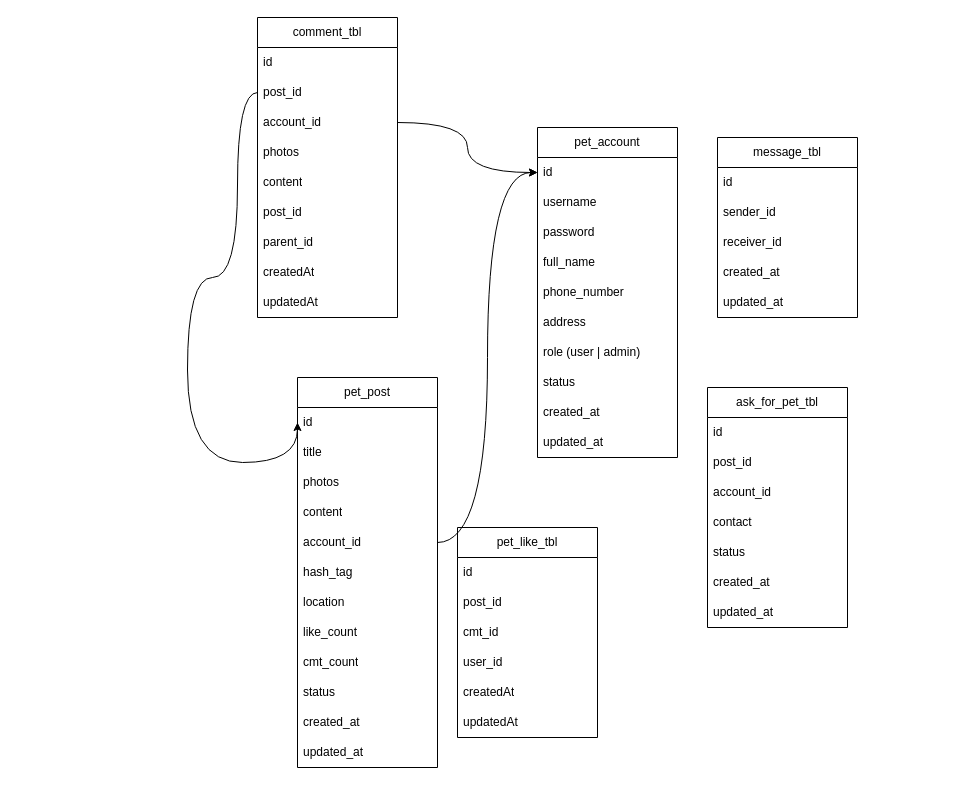
The draw.io diagram page "Page-2" (2 of 2) of Untitled Diagram.drawio in JonathanBestCode/newapp, before the edit. Source tidied: cells renumbered, new cells numbered last; positions are measured from the earlier drawing's top-left corner, leaving out a move shared by most shapes. Both pictures are drawn from the tidied source at 100%, with x=0, y=0 at pixel (187, 17).
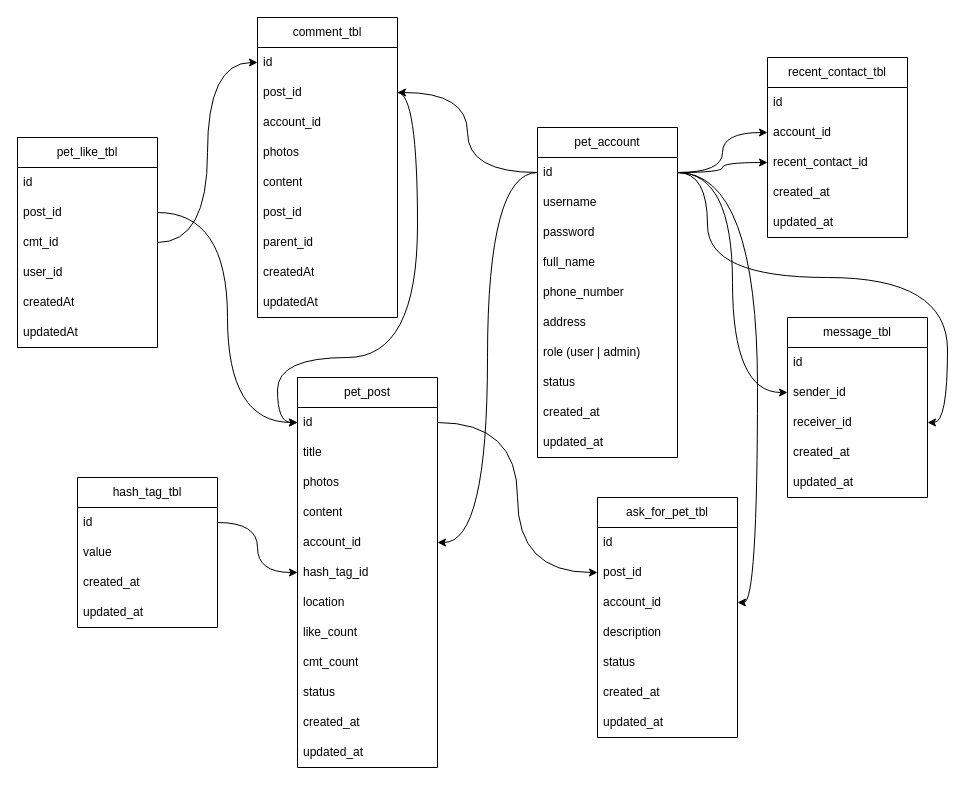
Above is the later version.

Unchanged cells that the change refers to:
```xml
<mxCell id="3" value="id" style="text;strokeColor=none;fillColor=none;align=left;verticalAlign=middle;spacingLeft=4;spacingRight=4;overflow=hidden;points=[[0,0.5],[1,0.5]];portConstraint=eastwest;whiteSpace=wrap;html=1;" parent="2" vertex="1">
  <mxGeometry y="30" width="140" height="30" as="geometry" />
</mxCell>
<mxCell id="13" value="pet_post" style="swimlane;fontStyle=0;horizontal=1;startSize=30;whiteSpace=wrap;html=1;" parent="1" vertex="1">
  <mxGeometry x="110" y="360" width="140" height="390" as="geometry" />
</mxCell>
<mxCell id="14" value="id" style="text;strokeColor=none;fillColor=none;align=left;verticalAlign=middle;spacingLeft=4;spacingRight=4;overflow=hidden;points=[[0,0.5],[1,0.5]];portConstraint=eastwest;whiteSpace=wrap;html=1;" parent="13" vertex="1">
  <mxGeometry y="30" width="140" height="30" as="geometry" />
</mxCell>
<mxCell id="18" value="account_id" style="text;strokeColor=none;fillColor=none;align=left;verticalAlign=middle;spacingLeft=4;spacingRight=4;overflow=hidden;points=[[0,0.5],[1,0.5]];portConstraint=eastwest;whiteSpace=wrap;html=1;" parent="13" vertex="1">
  <mxGeometry y="150" width="140" height="30" as="geometry" />
</mxCell>
<mxCell id="27" value="id" style="text;strokeColor=none;fillColor=none;align=left;verticalAlign=middle;spacingLeft=4;spacingRight=4;overflow=hidden;points=[[0,0.5],[1,0.5]];portConstraint=eastwest;whiteSpace=wrap;html=1;" parent="26" vertex="1">
  <mxGeometry y="30" width="140" height="30" as="geometry" />
</mxCell>
<mxCell id="28" value="post_id" style="text;strokeColor=none;fillColor=none;align=left;verticalAlign=middle;spacingLeft=4;spacingRight=4;overflow=hidden;points=[[0,0.5],[1,0.5]];portConstraint=eastwest;whiteSpace=wrap;html=1;" parent="26" vertex="1">
  <mxGeometry y="60" width="140" height="30" as="geometry" />
</mxCell>
<mxCell id="29" value="account_id" style="text;strokeColor=none;fillColor=none;align=left;verticalAlign=middle;spacingLeft=4;spacingRight=4;overflow=hidden;points=[[0,0.5],[1,0.5]];portConstraint=eastwest;whiteSpace=wrap;html=1;" parent="26" vertex="1">
  <mxGeometry y="90" width="140" height="30" as="geometry" />
</mxCell>
<mxCell id="38" value="post_id" style="text;strokeColor=none;fillColor=none;align=left;verticalAlign=middle;spacingLeft=4;spacingRight=4;overflow=hidden;points=[[0,0.5],[1,0.5]];portConstraint=eastwest;whiteSpace=wrap;html=1;" parent="36" vertex="1">
  <mxGeometry y="60" width="140" height="30" as="geometry" />
</mxCell>
<mxCell id="39" value="cmt_id" style="text;strokeColor=none;fillColor=none;align=left;verticalAlign=middle;spacingLeft=4;spacingRight=4;overflow=hidden;points=[[0,0.5],[1,0.5]];portConstraint=eastwest;whiteSpace=wrap;html=1;" parent="36" vertex="1">
  <mxGeometry y="90" width="140" height="30" as="geometry" />
</mxCell>
<mxCell id="45" value="post_id" style="text;strokeColor=none;fillColor=none;align=left;verticalAlign=middle;spacingLeft=4;spacingRight=4;overflow=hidden;points=[[0,0.5],[1,0.5]];portConstraint=eastwest;whiteSpace=wrap;html=1;" parent="43" vertex="1">
  <mxGeometry y="60" width="140" height="30" as="geometry" />
</mxCell>
<mxCell id="46" value="account_id" style="text;strokeColor=none;fillColor=none;align=left;verticalAlign=middle;spacingLeft=4;spacingRight=4;overflow=hidden;points=[[0,0.5],[1,0.5]];portConstraint=eastwest;whiteSpace=wrap;html=1;" parent="43" vertex="1">
  <mxGeometry y="90" width="140" height="30" as="geometry" />
</mxCell>
<mxCell id="53" value="sender_id" style="text;strokeColor=none;fillColor=none;align=left;verticalAlign=middle;spacingLeft=4;spacingRight=4;overflow=hidden;points=[[0,0.5],[1,0.5]];portConstraint=eastwest;whiteSpace=wrap;html=1;" parent="51" vertex="1">
  <mxGeometry y="60" width="140" height="30" as="geometry" />
</mxCell>
<mxCell id="54" value="receiver_id" style="text;strokeColor=none;fillColor=none;align=left;verticalAlign=middle;spacingLeft=4;spacingRight=4;overflow=hidden;points=[[0,0.5],[1,0.5]];portConstraint=eastwest;whiteSpace=wrap;html=1;" parent="51" vertex="1">
  <mxGeometry y="90" width="140" height="30" as="geometry" />
</mxCell>
```

What changed in the source:
```diff
@@
-    <mxCell id="19" value="hash_tag" style="text;strokeColor=none;fillColor=none;align=left;verticalAlign=middle;spacingLeft=4;spacingRight=4;overflow=hidden;points=[[0,0.5],[1,0.5]];portConstraint=eastwest;whiteSpace=wrap;html=1;" parent="13" vertex="1">
+    <mxCell id="19" value="hash_tag_id " style="text;strokeColor=none;fillColor=none;align=left;verticalAlign=middle;spacingLeft=4;spacingRight=4;overflow=hidden;points=[[0,0.5],[1,0.5]];portConstraint=eastwest;whiteSpace=wrap;html=1;" parent="13" vertex="1">
       <mxGeometry y="180" width="140" height="30" as="geometry" />
     </mxCell>
@@
     <mxCell id="36" value="pet_like_tbl" style="swimlane;fontStyle=0;horizontal=1;startSize=30;whiteSpace=wrap;html=1;" parent="1" vertex="1">
-      <mxGeometry x="270" y="510" width="140" height="210" as="geometry" />
+      <mxGeometry x="-170" y="120" width="140" height="210" as="geometry" />
     </mxCell>
@@
     <mxCell id="43" value="&lt;div&gt;ask_for_pet_tbl&lt;/div&gt;" style="swimlane;fontStyle=0;horizontal=1;startSize=30;whiteSpace=wrap;html=1;" parent="1" vertex="1">
-      <mxGeometry x="520" y="370" width="140" height="240" as="geometry" />
+      <mxGeometry x="410" y="480" width="140" height="240" as="geometry" />
     </mxCell>
@@
-    <mxCell id="47" value="contact" style="text;strokeColor=none;fillColor=none;align=left;verticalAlign=middle;spacingLeft=4;spacingRight=4;overflow=hidden;whiteSpace=wrap;html=1;" parent="43" vertex="1">
+    <mxCell id="47" value="description" style="text;strokeColor=none;fillColor=none;align=left;verticalAlign=middle;spacingLeft=4;spacingRight=4;overflow=hidden;whiteSpace=wrap;html=1;" parent="43" vertex="1">
       <mxGeometry y="120" width="140" height="30" as="geometry" />
     </mxCell>
@@
     <mxCell id="51" value="&lt;div&gt;message_tbl&lt;/div&gt;" style="swimlane;fontStyle=0;horizontal=1;startSize=30;whiteSpace=wrap;html=1;" parent="1" vertex="1">
-      <mxGeometry x="530" y="120" width="140" height="180" as="geometry" />
+      <mxGeometry x="600" y="300" width="140" height="180" as="geometry" />
     </mxCell>
@@
-    <mxCell id="57" style="edgeStyle=orthogonalEdgeStyle;rounded=0;jettySize=auto;html=1;curved=1;" parent="1" edge="1" source="18" target="3">
-      <mxGeometry relative="1" as="geometry" />
-    </mxCell>
+    <mxCell id="60" value="&lt;div&gt;hash_tag_tbl&lt;/div&gt;" style="swimlane;fontStyle=0;horizontal=1;startSize=30;whiteSpace=wrap;html=1;" parent="1" vertex="1">
+      <mxGeometry x="-110" y="460" width="140" height="150" as="geometry" />
+    </mxCell>
+    <mxCell id="61" value="id" style="text;strokeColor=none;fillColor=none;align=left;verticalAlign=middle;spacingLeft=4;spacingRight=4;overflow=hidden;points=[[0,0.5],[1,0.5]];portConstraint=eastwest;whiteSpace=wrap;html=1;" parent="60" vertex="1">
+      <mxGeometry y="30" width="140" height="30" as="geometry" />
+    </mxCell>
+    <mxCell id="62" value="value" style="text;strokeColor=none;fillColor=none;align=left;verticalAlign=middle;spacingLeft=4;spacingRight=4;overflow=hidden;whiteSpace=wrap;html=1;" parent="60" vertex="1">
+      <mxGeometry y="60" width="140" height="30" as="geometry" />
+    </mxCell>
+    <mxCell id="63" value="&lt;div&gt;created_at&lt;/div&gt;" style="text;strokeColor=none;fillColor=none;align=left;verticalAlign=middle;spacingLeft=4;spacingRight=4;overflow=hidden;whiteSpace=wrap;html=1;" parent="60" vertex="1">
+      <mxGeometry y="90" width="140" height="30" as="geometry" />
+    </mxCell>
+    <mxCell id="64" value="updated_at" style="text;strokeColor=none;fillColor=none;align=left;verticalAlign=middle;spacingLeft=4;spacingRight=4;overflow=hidden;whiteSpace=wrap;html=1;" parent="60" vertex="1">
+      <mxGeometry y="120" width="140" height="30" as="geometry" />
+    </mxCell>
+    <mxCell id="65" style="edgeStyle=orthogonalEdgeStyle;rounded=0;jettySize=auto;html=1;curved=1;" parent="1" edge="1" source="61" target="19">
+      <mxGeometry relative="1" as="geometry" />
+    </mxCell>
+    <mxCell id="66" style="edgeStyle=orthogonalEdgeStyle;rounded=0;jettySize=auto;html=1;curved=1;" parent="1" edge="1" source="38" target="14">
+      <mxGeometry relative="1" as="geometry" />
+    </mxCell>
+    <mxCell id="67" style="edgeStyle=orthogonalEdgeStyle;rounded=0;jettySize=auto;html=1;curved=1;" parent="1" edge="1" source="39" target="27">
+      <mxGeometry relative="1" as="geometry" />
+    </mxCell>
-    <mxCell id="58" style="edgeStyle=orthogonalEdgeStyle;rounded=0;jettySize=auto;html=1;curved=1;entryX=0;entryY=0.5;entryDx=0;entryDy=0;" parent="1" edge="1" source="28" target="14">
+    <mxCell id="58" style="edgeStyle=orthogonalEdgeStyle;rounded=0;jettySize=auto;html=1;curved=1;" parent="1" edge="1" source="28" target="14">
       <mxGeometry relative="1" as="geometry">
         <Array as="points">
-          <mxPoint x="50" y="75" />
-          <mxPoint x="50" y="260" />
-          <mxPoint y="260" />
-          <mxPoint y="445" />
+          <mxPoint x="230" y="75" />
+          <mxPoint x="230" y="340" />
+          <mxPoint x="90" y="340" />
+          <mxPoint x="90" y="405" />
         </Array>
       </mxGeometry>
     </mxCell>
-    <mxCell id="59" style="edgeStyle=orthogonalEdgeStyle;rounded=0;jettySize=auto;html=1;curved=1;" parent="1" edge="1" source="29" target="3">
-      <mxGeometry relative="1" as="geometry" />
-    </mxCell>
+    <mxCell id="68" style="edgeStyle=orthogonalEdgeStyle;rounded=0;jettySize=auto;html=1;entryX=1;entryY=0.5;entryDx=0;entryDy=0;curved=1;" parent="1" edge="1" source="3" target="46">
+      <mxGeometry relative="1" as="geometry" />
+    </mxCell>
+    <mxCell id="69" style="edgeStyle=orthogonalEdgeStyle;rounded=0;jettySize=auto;html=1;curved=1;" parent="1" edge="1" source="14" target="45">
+      <mxGeometry relative="1" as="geometry" />
+    </mxCell>
+    <mxCell id="70" style="edgeStyle=orthogonalEdgeStyle;rounded=0;jettySize=auto;html=1;entryX=1;entryY=0.5;entryDx=0;entryDy=0;curved=1;exitX=1;exitY=0.5;exitDx=0;exitDy=0;" parent="1" edge="1" source="3" target="54">
+      <mxGeometry relative="1" as="geometry">
+        <Array as="points">
+          <mxPoint x="520" y="155" />
+          <mxPoint x="520" y="260" />
+          <mxPoint x="760" y="260" />
+          <mxPoint x="760" y="405" />
+        </Array>
+      </mxGeometry>
+    </mxCell>
+    <mxCell id="71" style="edgeStyle=orthogonalEdgeStyle;rounded=0;jettySize=auto;html=1;curved=1;" parent="1" edge="1" source="3" target="28">
+      <mxGeometry relative="1" as="geometry" />
+    </mxCell>
+    <mxCell id="72" style="edgeStyle=orthogonalEdgeStyle;rounded=0;jettySize=auto;html=1;curved=1;" parent="1" edge="1" source="3" target="18">
+      <mxGeometry relative="1" as="geometry" />
+    </mxCell>
+    <mxCell id="73" value="recent_contact_tbl" style="swimlane;fontStyle=0;horizontal=1;startSize=30;whiteSpace=wrap;html=1;" parent="1" vertex="1">
+      <mxGeometry x="580" y="40" width="140" height="180" as="geometry" />
+    </mxCell>
+    <mxCell id="74" value="id" style="text;strokeColor=none;fillColor=none;align=left;verticalAlign=middle;spacingLeft=4;spacingRight=4;overflow=hidden;whiteSpace=wrap;html=1;" parent="73" vertex="1">
+      <mxGeometry y="30" width="140" height="30" as="geometry" />
+    </mxCell>
+    <mxCell id="75" value="account_id" style="text;strokeColor=none;fillColor=none;align=left;verticalAlign=middle;spacingLeft=4;spacingRight=4;overflow=hidden;points=[[0,0.5],[1,0.5]];portConstraint=eastwest;whiteSpace=wrap;html=1;" parent="73" vertex="1">
+      <mxGeometry y="60" width="140" height="30" as="geometry" />
+    </mxCell>
+    <mxCell id="76" value="recent_contact_id" style="text;strokeColor=none;fillColor=none;align=left;verticalAlign=middle;spacingLeft=4;spacingRight=4;overflow=hidden;points=[[0,0.5],[1,0.5]];portConstraint=eastwest;whiteSpace=wrap;html=1;" parent="73" vertex="1">
+      <mxGeometry y="90" width="140" height="30" as="geometry" />
+    </mxCell>
+    <mxCell id="77" value="&lt;div&gt;created_at&lt;/div&gt;" style="text;strokeColor=none;fillColor=none;align=left;verticalAlign=middle;spacingLeft=4;spacingRight=4;overflow=hidden;whiteSpace=wrap;html=1;" parent="73" vertex="1">
+      <mxGeometry y="120" width="140" height="30" as="geometry" />
+    </mxCell>
+    <mxCell id="78" value="updated_at" style="text;strokeColor=none;fillColor=none;align=left;verticalAlign=middle;spacingLeft=4;spacingRight=4;overflow=hidden;whiteSpace=wrap;html=1;" parent="73" vertex="1">
+      <mxGeometry y="150" width="140" height="30" as="geometry" />
+    </mxCell>
+    <mxCell id="79" style="edgeStyle=orthogonalEdgeStyle;rounded=0;jettySize=auto;html=1;curved=1;" parent="1" edge="1" source="3" target="75">
+      <mxGeometry relative="1" as="geometry" />
+    </mxCell>
+    <mxCell id="80" style="edgeStyle=orthogonalEdgeStyle;rounded=0;jettySize=auto;html=1;curved=1;" parent="1" edge="1" source="3" target="76">
+      <mxGeometry relative="1" as="geometry" />
+    </mxCell>
+    <mxCell id="81" style="edgeStyle=orthogonalEdgeStyle;rounded=0;jettySize=auto;html=1;curved=1;" parent="1" edge="1" source="3" target="53">
+      <mxGeometry relative="1" as="geometry" />
+    </mxCell>
```
